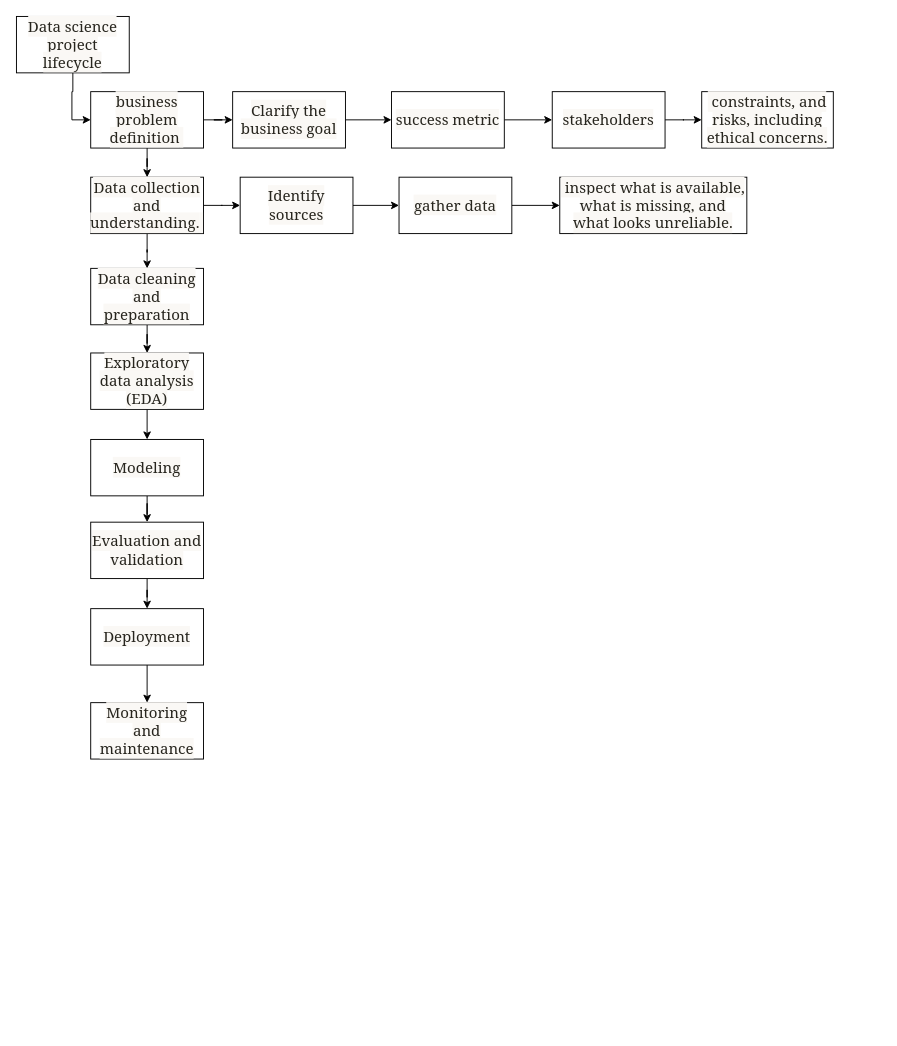
Above: AI.drawio in aksamps/AI (draw.io), before the change. Source tidied: cells renumbered, new cells numbered last; positions are measured from the earlier drawing's top-left corner, leaving out a move shared by most shapes. Both pictures are drawn from the tidied source at 94%, with x=0, y=0 at pixel (16, 16).
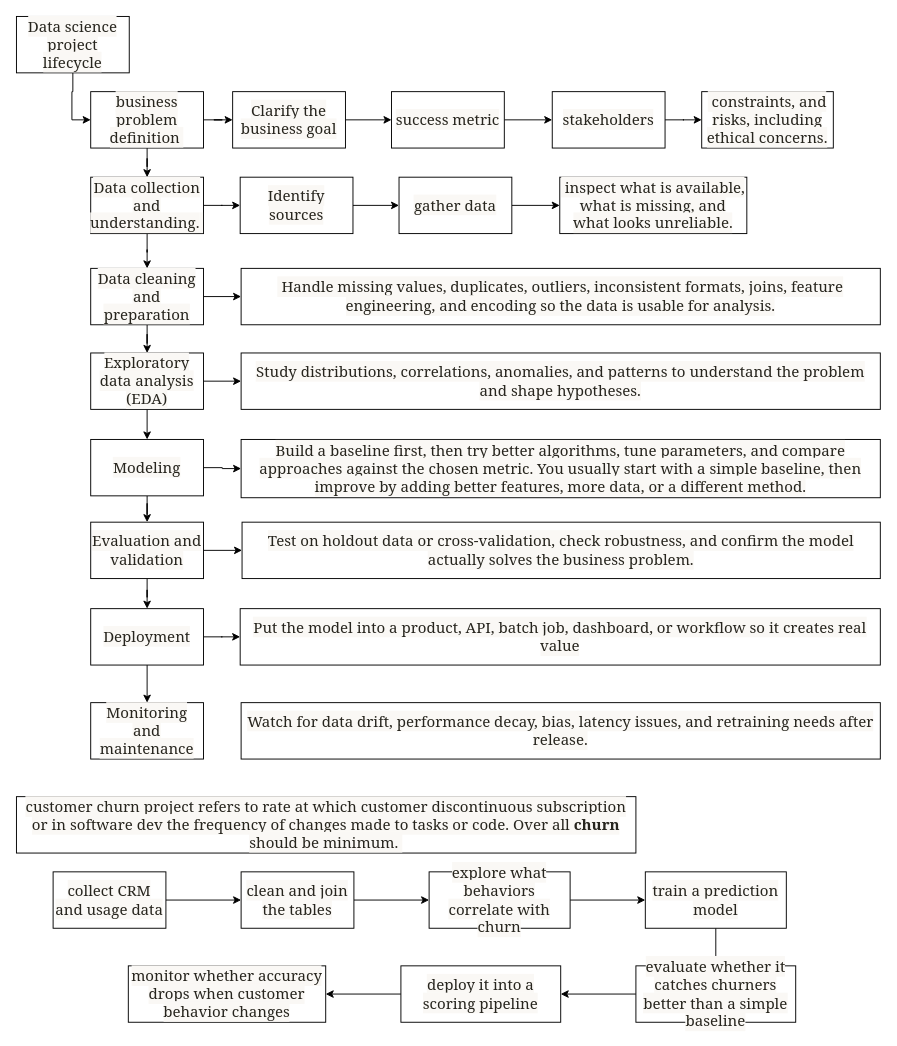
After the change.

Unchanged cells that the change refers to:
```xml
<mxCell id="8" value="&lt;span style=&quot;box-sizing: border-box; border-style: solid; border-width: 0px; border-color: rgba(39, 26, 0, 0.14); scrollbar-color: initial; scrollbar-width: initial; --tw-border-spacing-x: 0; --tw-border-spacing-y: 0; --tw-translate-x: 0; --tw-translate-y: 0; --tw-rotate: 0; --tw-skew-x: 0; --tw-skew-y: 0; --tw-scale-x: 1; --tw-scale-y: 1; --tw-pan-x: ; --tw-pan-y: ; --tw-pinch-zoom: ; --tw-scroll-snap-strictness: proximity; --tw-gradient-from-position: ; --tw-gradient-via-position: ; --tw-gradient-to-position: ; --tw-ordinal: ; --tw-slashed-zero: ; --tw-numeric-figure: ; --tw-numeric-spacing: ; --tw-numeric-fraction: ; --tw-ring-inset: ; --tw-ring-offset-width: 0px; --tw-ring-offset-color: #fff; --tw-ring-color: #3b82f680; --tw-ring-offset-shadow: 0 0 #0000; --tw-ring-shadow: 0 0 #0000; --tw-shadow: 0 0 #0000; --tw-shadow-colored: 0 0 #0000; --tw-blur: ; --tw-brightness: ; --tw-contrast: ; --tw-grayscale: ; --tw-hue-rotate: ; --tw-invert: ; --tw-saturate: ; --tw-sepia: ; --tw-drop-shadow: ; --tw-backdrop-blur: ; --tw-backdrop-brightness: ; --tw-backdrop-contrast: ; --tw-backdrop-grayscale: ; --tw-backdrop-hue-rotate: ; --tw-backdrop-invert: ; --tw-backdrop-opacity: ; --tw-backdrop-saturate: ; --tw-backdrop-sepia: ; --tw-contain-size: ; --tw-contain-layout: ; --tw-contain-paint: ; --tw-contain-style: ; color: rgb(39, 37, 30); font-family: pplxSerif, pplxSerif, ui-serif, Georgia, Cambria, &amp;quot;Hiragino Mincho ProN&amp;quot;, &amp;quot;Yu Mincho&amp;quot;, &amp;quot;Songti SC&amp;quot;, SimSun, &amp;quot;Songti TC&amp;quot;, PMingLiU, &amp;quot;Songti TC&amp;quot;, MingLiU_HKSCS, &amp;quot;Songti TC&amp;quot;, PMingLiU, AppleMyungjo, Batang, serif; font-size: 16px; text-align: start; background-color: color(srgb 0.980392 0.972549 0.960784);&quot;&gt;Modeling&lt;/span&gt;" style="rounded=0;whiteSpace=wrap;html=1;" parent="1" vertex="1">
  <mxGeometry x="79" y="450" width="120" height="60" as="geometry" />
</mxCell>
<mxCell id="10" value="&lt;span style=&quot;box-sizing: border-box; border-style: solid; border-width: 0px; border-color: rgba(39, 26, 0, 0.14); scrollbar-color: initial; scrollbar-width: initial; --tw-border-spacing-x: 0; --tw-border-spacing-y: 0; --tw-translate-x: 0; --tw-translate-y: 0; --tw-rotate: 0; --tw-skew-x: 0; --tw-skew-y: 0; --tw-scale-x: 1; --tw-scale-y: 1; --tw-pan-x: ; --tw-pan-y: ; --tw-pinch-zoom: ; --tw-scroll-snap-strictness: proximity; --tw-gradient-from-position: ; --tw-gradient-via-position: ; --tw-gradient-to-position: ; --tw-ordinal: ; --tw-slashed-zero: ; --tw-numeric-figure: ; --tw-numeric-spacing: ; --tw-numeric-fraction: ; --tw-ring-inset: ; --tw-ring-offset-width: 0px; --tw-ring-offset-color: #fff; --tw-ring-color: #3b82f680; --tw-ring-offset-shadow: 0 0 #0000; --tw-ring-shadow: 0 0 #0000; --tw-shadow: 0 0 #0000; --tw-shadow-colored: 0 0 #0000; --tw-blur: ; --tw-brightness: ; --tw-contrast: ; --tw-grayscale: ; --tw-hue-rotate: ; --tw-invert: ; --tw-saturate: ; --tw-sepia: ; --tw-drop-shadow: ; --tw-backdrop-blur: ; --tw-backdrop-brightness: ; --tw-backdrop-contrast: ; --tw-backdrop-grayscale: ; --tw-backdrop-hue-rotate: ; --tw-backdrop-invert: ; --tw-backdrop-opacity: ; --tw-backdrop-saturate: ; --tw-backdrop-sepia: ; --tw-contain-size: ; --tw-contain-layout: ; --tw-contain-paint: ; --tw-contain-style: ; color: rgb(39, 37, 30); font-family: pplxSerif, pplxSerif, ui-serif, Georgia, Cambria, &amp;quot;Hiragino Mincho ProN&amp;quot;, &amp;quot;Yu Mincho&amp;quot;, &amp;quot;Songti SC&amp;quot;, SimSun, &amp;quot;Songti TC&amp;quot;, PMingLiU, &amp;quot;Songti TC&amp;quot;, MingLiU_HKSCS, &amp;quot;Songti TC&amp;quot;, PMingLiU, AppleMyungjo, Batang, serif; font-size: 16px; text-align: start; background-color: color(srgb 0.980392 0.972549 0.960784);&quot;&gt;Exploratory data analysis (EDA)&lt;/span&gt;" style="rounded=0;whiteSpace=wrap;html=1;" parent="1" vertex="1">
  <mxGeometry x="79" y="358" width="120" height="60" as="geometry" />
</mxCell>
<mxCell id="12" value="&lt;span style=&quot;box-sizing: border-box; border-style: solid; border-width: 0px; border-color: rgba(39, 26, 0, 0.14); scrollbar-color: initial; scrollbar-width: initial; --tw-border-spacing-x: 0; --tw-border-spacing-y: 0; --tw-translate-x: 0; --tw-translate-y: 0; --tw-rotate: 0; --tw-skew-x: 0; --tw-skew-y: 0; --tw-scale-x: 1; --tw-scale-y: 1; --tw-pan-x: ; --tw-pan-y: ; --tw-pinch-zoom: ; --tw-scroll-snap-strictness: proximity; --tw-gradient-from-position: ; --tw-gradient-via-position: ; --tw-gradient-to-position: ; --tw-ordinal: ; --tw-slashed-zero: ; --tw-numeric-figure: ; --tw-numeric-spacing: ; --tw-numeric-fraction: ; --tw-ring-inset: ; --tw-ring-offset-width: 0px; --tw-ring-offset-color: #fff; --tw-ring-color: #3b82f680; --tw-ring-offset-shadow: 0 0 #0000; --tw-ring-shadow: 0 0 #0000; --tw-shadow: 0 0 #0000; --tw-shadow-colored: 0 0 #0000; --tw-blur: ; --tw-brightness: ; --tw-contrast: ; --tw-grayscale: ; --tw-hue-rotate: ; --tw-invert: ; --tw-saturate: ; --tw-sepia: ; --tw-drop-shadow: ; --tw-backdrop-blur: ; --tw-backdrop-brightness: ; --tw-backdrop-contrast: ; --tw-backdrop-grayscale: ; --tw-backdrop-hue-rotate: ; --tw-backdrop-invert: ; --tw-backdrop-opacity: ; --tw-backdrop-saturate: ; --tw-backdrop-sepia: ; --tw-contain-size: ; --tw-contain-layout: ; --tw-contain-paint: ; --tw-contain-style: ; color: rgb(39, 37, 30); font-family: pplxSerif, pplxSerif, ui-serif, Georgia, Cambria, &amp;quot;Hiragino Mincho ProN&amp;quot;, &amp;quot;Yu Mincho&amp;quot;, &amp;quot;Songti SC&amp;quot;, SimSun, &amp;quot;Songti TC&amp;quot;, PMingLiU, &amp;quot;Songti TC&amp;quot;, MingLiU_HKSCS, &amp;quot;Songti TC&amp;quot;, PMingLiU, AppleMyungjo, Batang, serif; font-size: 16px; text-align: start; background-color: color(srgb 0.980392 0.972549 0.960784);&quot;&gt;Data cleaning and preparation&lt;/span&gt;" style="rounded=0;whiteSpace=wrap;html=1;" parent="1" vertex="1">
  <mxGeometry x="79" y="268" width="120" height="60" as="geometry" />
</mxCell>
<mxCell id="17" value="&lt;span style=&quot;box-sizing: border-box; border-style: solid; border-width: 0px; border-color: rgba(39, 26, 0, 0.14); scrollbar-color: initial; scrollbar-width: initial; --tw-border-spacing-x: 0; --tw-border-spacing-y: 0; --tw-translate-x: 0; --tw-translate-y: 0; --tw-rotate: 0; --tw-skew-x: 0; --tw-skew-y: 0; --tw-scale-x: 1; --tw-scale-y: 1; --tw-pan-x: ; --tw-pan-y: ; --tw-pinch-zoom: ; --tw-scroll-snap-strictness: proximity; --tw-gradient-from-position: ; --tw-gradient-via-position: ; --tw-gradient-to-position: ; --tw-ordinal: ; --tw-slashed-zero: ; --tw-numeric-figure: ; --tw-numeric-spacing: ; --tw-numeric-fraction: ; --tw-ring-inset: ; --tw-ring-offset-width: 0px; --tw-ring-offset-color: #fff; --tw-ring-color: #3b82f680; --tw-ring-offset-shadow: 0 0 #0000; --tw-ring-shadow: 0 0 #0000; --tw-shadow: 0 0 #0000; --tw-shadow-colored: 0 0 #0000; --tw-blur: ; --tw-brightness: ; --tw-contrast: ; --tw-grayscale: ; --tw-hue-rotate: ; --tw-invert: ; --tw-saturate: ; --tw-sepia: ; --tw-drop-shadow: ; --tw-backdrop-blur: ; --tw-backdrop-brightness: ; --tw-backdrop-contrast: ; --tw-backdrop-grayscale: ; --tw-backdrop-hue-rotate: ; --tw-backdrop-invert: ; --tw-backdrop-opacity: ; --tw-backdrop-saturate: ; --tw-backdrop-sepia: ; --tw-contain-size: ; --tw-contain-layout: ; --tw-contain-paint: ; --tw-contain-style: ; color: rgb(39, 37, 30); font-family: pplxSerif, pplxSerif, ui-serif, Georgia, Cambria, &amp;quot;Hiragino Mincho ProN&amp;quot;, &amp;quot;Yu Mincho&amp;quot;, &amp;quot;Songti SC&amp;quot;, SimSun, &amp;quot;Songti TC&amp;quot;, PMingLiU, &amp;quot;Songti TC&amp;quot;, MingLiU_HKSCS, &amp;quot;Songti TC&amp;quot;, PMingLiU, AppleMyungjo, Batang, serif; font-size: 16px; text-align: start; background-color: color(srgb 0.980392 0.972549 0.960784);&quot;&gt;Evaluation and validation&lt;/span&gt;" style="rounded=0;whiteSpace=wrap;html=1;" parent="1" vertex="1">
  <mxGeometry x="79" y="538" width="120" height="60" as="geometry" />
</mxCell>
<mxCell id="19" value="&lt;span style=&quot;box-sizing: border-box; border-style: solid; border-width: 0px; border-color: rgba(39, 26, 0, 0.14); scrollbar-color: initial; scrollbar-width: initial; --tw-border-spacing-x: 0; --tw-border-spacing-y: 0; --tw-translate-x: 0; --tw-translate-y: 0; --tw-rotate: 0; --tw-skew-x: 0; --tw-skew-y: 0; --tw-scale-x: 1; --tw-scale-y: 1; --tw-pan-x: ; --tw-pan-y: ; --tw-pinch-zoom: ; --tw-scroll-snap-strictness: proximity; --tw-gradient-from-position: ; --tw-gradient-via-position: ; --tw-gradient-to-position: ; --tw-ordinal: ; --tw-slashed-zero: ; --tw-numeric-figure: ; --tw-numeric-spacing: ; --tw-numeric-fraction: ; --tw-ring-inset: ; --tw-ring-offset-width: 0px; --tw-ring-offset-color: light-dark(#fff, #000000); --tw-ring-color: light-dark(#3b82f680, #4c89ec80); --tw-ring-offset-shadow: 0 0 #0000; --tw-ring-shadow: 0 0 #0000; --tw-shadow: 0 0 #0000; --tw-shadow-colored: 0 0 #0000; --tw-blur: ; --tw-brightness: ; --tw-contrast: ; --tw-grayscale: ; --tw-hue-rotate: ; --tw-invert: ; --tw-saturate: ; --tw-sepia: ; --tw-drop-shadow: ; --tw-backdrop-blur: ; --tw-backdrop-brightness: ; --tw-backdrop-contrast: ; --tw-backdrop-grayscale: ; --tw-backdrop-hue-rotate: ; --tw-backdrop-invert: ; --tw-backdrop-opacity: ; --tw-backdrop-saturate: ; --tw-backdrop-sepia: ; --tw-contain-size: ; --tw-contain-layout: ; --tw-contain-paint: ; --tw-contain-style: ; color: rgb(39, 37, 30); font-family: pplxSerif, pplxSerif, ui-serif, Georgia, Cambria, &amp;quot;Hiragino Mincho ProN&amp;quot;, &amp;quot;Yu Mincho&amp;quot;, &amp;quot;Songti SC&amp;quot;, SimSun, &amp;quot;Songti TC&amp;quot;, PMingLiU, &amp;quot;Songti TC&amp;quot;, MingLiU_HKSCS, &amp;quot;Songti TC&amp;quot;, PMingLiU, AppleMyungjo, Batang, serif; font-size: 16px; text-align: start; background-color: color(srgb 0.980392 0.972549 0.960784);&quot;&gt;Deployment&lt;/span&gt;" style="rounded=0;whiteSpace=wrap;html=1;" parent="1" vertex="1">
  <mxGeometry x="79" y="630" width="120" height="60" as="geometry" />
</mxCell>
```

Change to the diagram source:
```diff
@@
+    <mxCell id="33" style="edgeStyle=orthogonalEdgeStyle;rounded=0;jettySize=auto;html=1;" parent="1" edge="1" source="8" target="40">
+      <mxGeometry relative="1" as="geometry" />
+    </mxCell>
@@
+    <mxCell id="34" style="edgeStyle=orthogonalEdgeStyle;rounded=0;jettySize=auto;html=1;" parent="1" edge="1" source="10" target="39">
+      <mxGeometry relative="1" as="geometry" />
+    </mxCell>
@@
+    <mxCell id="35" style="edgeStyle=orthogonalEdgeStyle;rounded=0;jettySize=auto;html=1;" parent="1" edge="1" source="12" target="38">
+      <mxGeometry relative="1" as="geometry" />
+    </mxCell>
@@
+    <mxCell id="36" style="edgeStyle=orthogonalEdgeStyle;rounded=0;jettySize=auto;html=1;" parent="1" edge="1" source="17" target="41">
+      <mxGeometry relative="1" as="geometry" />
+    </mxCell>
@@
+    <mxCell id="37" style="edgeStyle=orthogonalEdgeStyle;rounded=0;jettySize=auto;html=1;" parent="1" edge="1" source="19" target="42">
+      <mxGeometry relative="1" as="geometry" />
+    </mxCell>
@@
+    <mxCell id="38" value="&lt;span style=&quot;color: rgb(39, 37, 30); font-family: pplxSerif, pplxSerif, ui-serif, Georgia, Cambria, &amp;quot;Hiragino Mincho ProN&amp;quot;, &amp;quot;Yu Mincho&amp;quot;, &amp;quot;Songti SC&amp;quot;, SimSun, &amp;quot;Songti TC&amp;quot;, PMingLiU, &amp;quot;Songti TC&amp;quot;, MingLiU_HKSCS, &amp;quot;Songti TC&amp;quot;, PMingLiU, AppleMyungjo, Batang, serif; font-size: 16px; text-align: start; background-color: color(srgb 0.980392 0.972549 0.960784);&quot;&gt;&amp;nbsp;Handle missing values, duplicates, outliers, inconsistent formats, joins, feature engineering, and encoding so the data is usable for analysis.&lt;/span&gt;" style="rounded=0;whiteSpace=wrap;html=1;" parent="1" vertex="1">
+      <mxGeometry x="239" y="268" width="680" height="60" as="geometry" />
+    </mxCell>
+    <mxCell id="39" value="&lt;span style=&quot;color: rgb(39, 37, 30); font-family: pplxSerif, pplxSerif, ui-serif, Georgia, Cambria, &amp;quot;Hiragino Mincho ProN&amp;quot;, &amp;quot;Yu Mincho&amp;quot;, &amp;quot;Songti SC&amp;quot;, SimSun, &amp;quot;Songti TC&amp;quot;, PMingLiU, &amp;quot;Songti TC&amp;quot;, MingLiU_HKSCS, &amp;quot;Songti TC&amp;quot;, PMingLiU, AppleMyungjo, Batang, serif; font-size: 16px; text-align: start; background-color: color(srgb 0.980392 0.972549 0.960784);&quot;&gt;Study distributions, correlations, anomalies, and patterns to understand the problem and shape hypotheses.&lt;/span&gt;" style="rounded=0;whiteSpace=wrap;html=1;" parent="1" vertex="1">
+      <mxGeometry x="239" y="358" width="680" height="60" as="geometry" />
+    </mxCell>
+    <mxCell id="40" value="&lt;span style=&quot;color: rgb(39, 37, 30); font-family: pplxSerif, pplxSerif, ui-serif, Georgia, Cambria, &amp;quot;Hiragino Mincho ProN&amp;quot;, &amp;quot;Yu Mincho&amp;quot;, &amp;quot;Songti SC&amp;quot;, SimSun, &amp;quot;Songti TC&amp;quot;, PMingLiU, &amp;quot;Songti TC&amp;quot;, MingLiU_HKSCS, &amp;quot;Songti TC&amp;quot;, PMingLiU, AppleMyungjo, Batang, serif; font-size: 16px; text-align: start; background-color: color(srgb 0.980392 0.972549 0.960784);&quot;&gt;Build a baseline first, then try better algorithms, tune parameters, and compare approaches against the chosen metric.&amp;nbsp;&lt;/span&gt;&lt;span style=&quot;color: rgb(39, 37, 30); font-family: pplxSerif, pplxSerif, ui-serif, Georgia, Cambria, &amp;quot;Hiragino Mincho ProN&amp;quot;, &amp;quot;Yu Mincho&amp;quot;, &amp;quot;Songti SC&amp;quot;, SimSun, &amp;quot;Songti TC&amp;quot;, PMingLiU, &amp;quot;Songti TC&amp;quot;, MingLiU_HKSCS, &amp;quot;Songti TC&amp;quot;, PMingLiU, AppleMyungjo, Batang, serif; font-size: 16px; text-align: start; background-color: color(srgb 0.980392 0.972549 0.960784);&quot;&gt;You usually start with a simple baseline, then improve by adding better features, more data, or a different method.&lt;/span&gt;" style="rounded=0;whiteSpace=wrap;html=1;" parent="1" vertex="1">
+      <mxGeometry x="239" y="450" width="680" height="62" as="geometry" />
+    </mxCell>
+    <mxCell id="41" value="&lt;span style=&quot;color: rgb(39, 37, 30); font-family: pplxSerif, pplxSerif, ui-serif, Georgia, Cambria, &amp;quot;Hiragino Mincho ProN&amp;quot;, &amp;quot;Yu Mincho&amp;quot;, &amp;quot;Songti SC&amp;quot;, SimSun, &amp;quot;Songti TC&amp;quot;, PMingLiU, &amp;quot;Songti TC&amp;quot;, MingLiU_HKSCS, &amp;quot;Songti TC&amp;quot;, PMingLiU, AppleMyungjo, Batang, serif; font-size: 16px; text-align: start; background-color: color(srgb 0.980392 0.972549 0.960784);&quot;&gt;Test on holdout data or cross-validation, check robustness, and confirm the model actually solves the business problem.&lt;/span&gt;" style="rounded=0;whiteSpace=wrap;html=1;" parent="1" vertex="1">
+      <mxGeometry x="240" y="538" width="679" height="60" as="geometry" />
+    </mxCell>
+    <mxCell id="42" value="&lt;span style=&quot;color: rgb(39, 37, 30); font-family: pplxSerif, pplxSerif, ui-serif, Georgia, Cambria, &amp;quot;Hiragino Mincho ProN&amp;quot;, &amp;quot;Yu Mincho&amp;quot;, &amp;quot;Songti SC&amp;quot;, SimSun, &amp;quot;Songti TC&amp;quot;, PMingLiU, &amp;quot;Songti TC&amp;quot;, MingLiU_HKSCS, &amp;quot;Songti TC&amp;quot;, PMingLiU, AppleMyungjo, Batang, serif; font-size: 16px; text-align: start; background-color: color(srgb 0.980392 0.972549 0.960784);&quot;&gt;Put the model into a product, API, batch job, dashboard, or workflow so it creates real value&lt;/span&gt;" style="rounded=0;whiteSpace=wrap;html=1;" parent="1" vertex="1">
+      <mxGeometry x="238" y="630" width="681" height="60" as="geometry" />
+    </mxCell>
+    <mxCell id="43" value="&lt;span style=&quot;color: rgb(39, 37, 30); font-family: pplxSerif, pplxSerif, ui-serif, Georgia, Cambria, &amp;quot;Hiragino Mincho ProN&amp;quot;, &amp;quot;Yu Mincho&amp;quot;, &amp;quot;Songti SC&amp;quot;, SimSun, &amp;quot;Songti TC&amp;quot;, PMingLiU, &amp;quot;Songti TC&amp;quot;, MingLiU_HKSCS, &amp;quot;Songti TC&amp;quot;, PMingLiU, AppleMyungjo, Batang, serif; font-size: 16px; text-align: start; background-color: color(srgb 0.980392 0.972549 0.960784);&quot;&gt;Watch for data drift, performance decay, bias, latency issues, and retraining needs after release.&lt;/span&gt;" style="rounded=0;whiteSpace=wrap;html=1;" parent="1" vertex="1">
+      <mxGeometry x="239" y="730" width="680" height="60" as="geometry" />
+    </mxCell>
+    <mxCell id="44" value="&lt;span style=&quot;color: rgb(39, 37, 30); font-family: pplxSerif, pplxSerif, ui-serif, Georgia, Cambria, &amp;quot;Hiragino Mincho ProN&amp;quot;, &amp;quot;Yu Mincho&amp;quot;, &amp;quot;Songti SC&amp;quot;, SimSun, &amp;quot;Songti TC&amp;quot;, PMingLiU, &amp;quot;Songti TC&amp;quot;, MingLiU_HKSCS, &amp;quot;Songti TC&amp;quot;, PMingLiU, AppleMyungjo, Batang, serif; font-size: 16px; text-align: start; background-color: color(srgb 0.980392 0.972549 0.960784);&quot;&gt;customer churn project refers to rate at which customer discontinuous subscription or in software dev the frequency of changes made to tasks or code. Over all &lt;b&gt;churn &lt;/b&gt;should be minimum.&amp;nbsp;&lt;/span&gt;" style="rounded=0;whiteSpace=wrap;html=1;" parent="1" vertex="1">
+      <mxGeometry y="830" width="659" height="60" as="geometry" />
+    </mxCell>
+    <mxCell id="45" style="edgeStyle=orthogonalEdgeStyle;rounded=0;jettySize=auto;html=1;" parent="1" edge="1" source="46" target="48">
+      <mxGeometry relative="1" as="geometry" />
+    </mxCell>
+    <mxCell id="46" value="&lt;span style=&quot;color: rgb(39, 37, 30); font-family: pplxSerif, pplxSerif, ui-serif, Georgia, Cambria, &amp;quot;Hiragino Mincho ProN&amp;quot;, &amp;quot;Yu Mincho&amp;quot;, &amp;quot;Songti SC&amp;quot;, SimSun, &amp;quot;Songti TC&amp;quot;, PMingLiU, &amp;quot;Songti TC&amp;quot;, MingLiU_HKSCS, &amp;quot;Songti TC&amp;quot;, PMingLiU, AppleMyungjo, Batang, serif; font-size: 16px; text-align: start; background-color: color(srgb 0.980392 0.972549 0.960784);&quot;&gt;collect CRM and usage data&lt;/span&gt;" style="rounded=0;whiteSpace=wrap;html=1;" parent="1" vertex="1">
+      <mxGeometry x="39" y="910" width="120" height="60" as="geometry" />
+    </mxCell>
+    <mxCell id="47" style="edgeStyle=orthogonalEdgeStyle;rounded=0;jettySize=auto;html=1;" parent="1" edge="1" source="48" target="50">
+      <mxGeometry relative="1" as="geometry" />
+    </mxCell>
+    <mxCell id="48" value="&lt;span style=&quot;color: rgb(39, 37, 30); font-family: pplxSerif, pplxSerif, ui-serif, Georgia, Cambria, &amp;quot;Hiragino Mincho ProN&amp;quot;, &amp;quot;Yu Mincho&amp;quot;, &amp;quot;Songti SC&amp;quot;, SimSun, &amp;quot;Songti TC&amp;quot;, PMingLiU, &amp;quot;Songti TC&amp;quot;, MingLiU_HKSCS, &amp;quot;Songti TC&amp;quot;, PMingLiU, AppleMyungjo, Batang, serif; font-size: 16px; text-align: start; background-color: color(srgb 0.980392 0.972549 0.960784);&quot;&gt;clean and join the tables&lt;/span&gt;" style="rounded=0;whiteSpace=wrap;html=1;" parent="1" vertex="1">
+      <mxGeometry x="239" y="910" width="120" height="60" as="geometry" />
+    </mxCell>
+    <mxCell id="49" style="edgeStyle=orthogonalEdgeStyle;rounded=0;jettySize=auto;html=1;" parent="1" edge="1" source="50" target="52">
+      <mxGeometry relative="1" as="geometry" />
+    </mxCell>
+    <mxCell id="50" value="&lt;span style=&quot;color: rgb(39, 37, 30); font-family: pplxSerif, pplxSerif, ui-serif, Georgia, Cambria, &amp;quot;Hiragino Mincho ProN&amp;quot;, &amp;quot;Yu Mincho&amp;quot;, &amp;quot;Songti SC&amp;quot;, SimSun, &amp;quot;Songti TC&amp;quot;, PMingLiU, &amp;quot;Songti TC&amp;quot;, MingLiU_HKSCS, &amp;quot;Songti TC&amp;quot;, PMingLiU, AppleMyungjo, Batang, serif; font-size: 16px; text-align: start; background-color: color(srgb 0.980392 0.972549 0.960784);&quot;&gt;explore what behaviors correlate with churn&lt;/span&gt;" style="rounded=0;whiteSpace=wrap;html=1;" parent="1" vertex="1">
+      <mxGeometry x="439" y="910" width="150" height="60" as="geometry" />
+    </mxCell>
+    <mxCell id="51" style="edgeStyle=orthogonalEdgeStyle;rounded=0;jettySize=auto;html=1;" parent="1" edge="1" source="52" target="54">
+      <mxGeometry relative="1" as="geometry" />
+    </mxCell>
+    <mxCell id="52" value="&lt;span style=&quot;color: rgb(39, 37, 30); font-family: pplxSerif, pplxSerif, ui-serif, Georgia, Cambria, &amp;quot;Hiragino Mincho ProN&amp;quot;, &amp;quot;Yu Mincho&amp;quot;, &amp;quot;Songti SC&amp;quot;, SimSun, &amp;quot;Songti TC&amp;quot;, PMingLiU, &amp;quot;Songti TC&amp;quot;, MingLiU_HKSCS, &amp;quot;Songti TC&amp;quot;, PMingLiU, AppleMyungjo, Batang, serif; font-size: 16px; text-align: start; background-color: color(srgb 0.980392 0.972549 0.960784);&quot;&gt;train a prediction model&lt;/span&gt;" style="rounded=0;whiteSpace=wrap;html=1;" parent="1" vertex="1">
+      <mxGeometry x="669" y="910" width="150" height="60" as="geometry" />
+    </mxCell>
+    <mxCell id="53" style="edgeStyle=orthogonalEdgeStyle;rounded=0;jettySize=auto;html=1;" parent="1" edge="1" source="54" target="56">
+      <mxGeometry relative="1" as="geometry" />
+    </mxCell>
+    <mxCell id="54" value="&lt;span style=&quot;color: rgb(39, 37, 30); font-family: pplxSerif, pplxSerif, ui-serif, Georgia, Cambria, &amp;quot;Hiragino Mincho ProN&amp;quot;, &amp;quot;Yu Mincho&amp;quot;, &amp;quot;Songti SC&amp;quot;, SimSun, &amp;quot;Songti TC&amp;quot;, PMingLiU, &amp;quot;Songti TC&amp;quot;, MingLiU_HKSCS, &amp;quot;Songti TC&amp;quot;, PMingLiU, AppleMyungjo, Batang, serif; font-size: 16px; text-align: start; background-color: color(srgb 0.980392 0.972549 0.960784);&quot;&gt;evaluate whether it catches churners better than a simple baseline&lt;/span&gt;" style="rounded=0;whiteSpace=wrap;html=1;" parent="1" vertex="1">
+      <mxGeometry x="659" y="1010" width="170" height="60" as="geometry" />
+    </mxCell>
+    <mxCell id="55" style="edgeStyle=orthogonalEdgeStyle;rounded=0;jettySize=auto;html=1;" parent="1" edge="1" source="56" target="57">
+      <mxGeometry relative="1" as="geometry" />
+    </mxCell>
+    <mxCell id="56" value="&lt;span style=&quot;color: rgb(39, 37, 30); font-family: pplxSerif, pplxSerif, ui-serif, Georgia, Cambria, &amp;quot;Hiragino Mincho ProN&amp;quot;, &amp;quot;Yu Mincho&amp;quot;, &amp;quot;Songti SC&amp;quot;, SimSun, &amp;quot;Songti TC&amp;quot;, PMingLiU, &amp;quot;Songti TC&amp;quot;, MingLiU_HKSCS, &amp;quot;Songti TC&amp;quot;, PMingLiU, AppleMyungjo, Batang, serif; font-size: 16px; text-align: start; background-color: color(srgb 0.980392 0.972549 0.960784);&quot;&gt;deploy it into a scoring pipeline&lt;/span&gt;" style="rounded=0;whiteSpace=wrap;html=1;" parent="1" vertex="1">
+      <mxGeometry x="409" y="1010" width="170" height="60" as="geometry" />
+    </mxCell>
+    <mxCell id="57" value="&lt;span style=&quot;color: rgb(39, 37, 30); font-family: pplxSerif, pplxSerif, ui-serif, Georgia, Cambria, &amp;quot;Hiragino Mincho ProN&amp;quot;, &amp;quot;Yu Mincho&amp;quot;, &amp;quot;Songti SC&amp;quot;, SimSun, &amp;quot;Songti TC&amp;quot;, PMingLiU, &amp;quot;Songti TC&amp;quot;, MingLiU_HKSCS, &amp;quot;Songti TC&amp;quot;, PMingLiU, AppleMyungjo, Batang, serif; font-size: 16px; text-align: start; background-color: color(srgb 0.980392 0.972549 0.960784);&quot;&gt;monitor whether accuracy drops when customer behavior changes&lt;/span&gt;" style="rounded=0;whiteSpace=wrap;html=1;" parent="1" vertex="1">
+      <mxGeometry x="119" y="1010" width="210" height="60" as="geometry" />
+    </mxCell>
```
